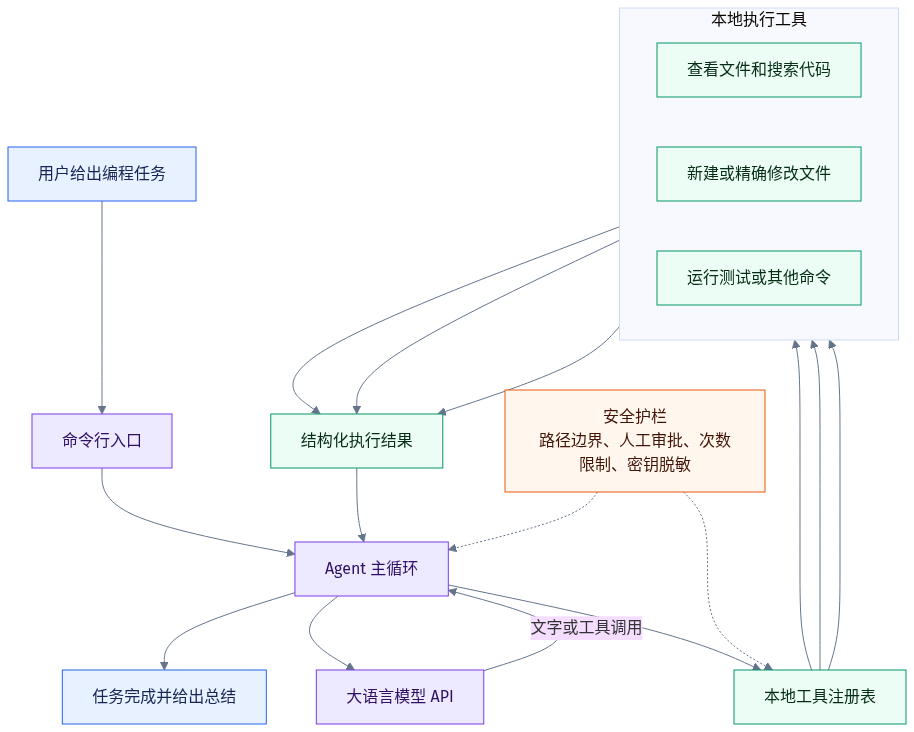
Above: docs/architecture.png in YahaoRen/coding-agent-from-scratch (Mermaid), before the change. Its source is kept beside it as docs/architecture.mmd.
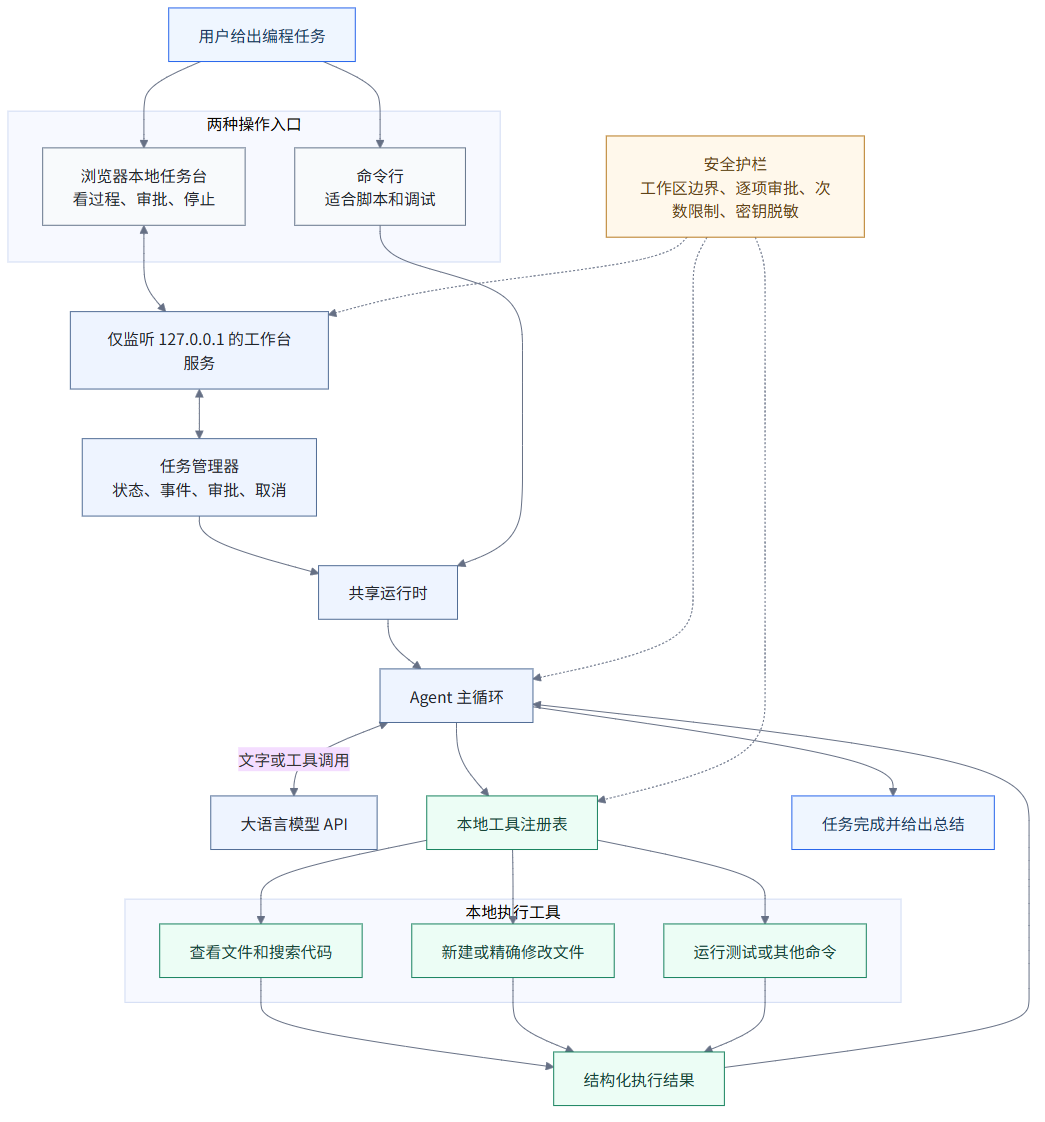
The same diagram one commit later.

Diff of the diagram source:
```diff
@@ -1,10 +1,21 @@
-%%{init: {"theme": "base", "themeVariables": {"background": "#ffffff", "fontFamily": "Arial, sans-serif", "lineColor": "#64748b"}}}%%
+%%{init: {"theme": "base", "themeVariables": {"background": "#ffffff", "fontFamily": "Arial, sans-serif", "lineColor": "#667085"}}}%%
 flowchart TD
-  U["用户给出编程任务"] --> CLI["命令行入口"]
-  CLI --> LOOP["Agent 主循环"]
-  LOOP --> MODEL["大语言模型 API"]
-  MODEL -->|"文字或工具调用"| LOOP
+  U["用户给出编程任务"]
 
+  subgraph ENTRY["两种操作入口"]
+    direction LR
+    WEB["浏览器本地任务台<br/>看过程、审批、停止"]
+    CLI["命令行<br/>适合脚本和调试"]
+  end
+
+  U --> WEB & CLI
+  WEB <--> SERVER["仅监听 127.0.0.1 的工作台服务"]
+  SERVER <--> MANAGER["任务管理器<br/>状态、事件、审批、取消"]
+  MANAGER --> RUNTIME["共享运行时"]
+  CLI --> RUNTIME
+  RUNTIME --> LOOP["Agent 主循环"]
+
+  LOOP <--> |"文字或工具调用"| MODEL["大语言模型 API"]
   LOOP --> REG["本地工具注册表"]
   subgraph TOOLS["本地执行工具"]
     direction LR
@@ -15,16 +26,19 @@
   REG --> READ & WRITE & CMD
   READ & WRITE & CMD --> RESULT["结构化执行结果"]
   RESULT --> LOOP
-
-  SAFE["安全护栏<br/>路径边界、人工审批、次数限制、密钥脱敏"] -.-> LOOP
-  SAFE -.-> REG
   LOOP --> DONE["任务完成并给出总结"]
 
-  classDef user fill:#e8f1ff,stroke:#2563eb,color:#172554;
-  classDef core fill:#ede9fe,stroke:#7c3aed,color:#2e1065;
-  classDef tool fill:#ecfdf5,stroke:#059669,color:#052e16;
-  classDef safety fill:#fff7ed,stroke:#ea580c,color:#431407;
+  SAFE["安全护栏<br/>工作区边界、逐项审批、次数限制、密钥脱敏"] -.-> SERVER
+  SAFE -.-> LOOP
+  SAFE -.-> REG
+
+  classDef user fill:#eff6ff,stroke:#2563eb,color:#1e3a5f;
+  classDef interface fill:#f8fafc,stroke:#64748b,color:#20242a;
+  classDef core fill:#eef4ff,stroke:#4f6b95,color:#20242a;
+  classDef tool fill:#ecfdf5,stroke:#16815d,color:#174536;
+  classDef safety fill:#fff8eb,stroke:#b7791f,color:#5f4317;
   class U,DONE user;
-  class CLI,LOOP,MODEL core;
+  class WEB,CLI interface;
+  class SERVER,MANAGER,RUNTIME,LOOP,MODEL core;
   class REG,READ,WRITE,CMD,RESULT tool;
   class SAFE safety;
```
